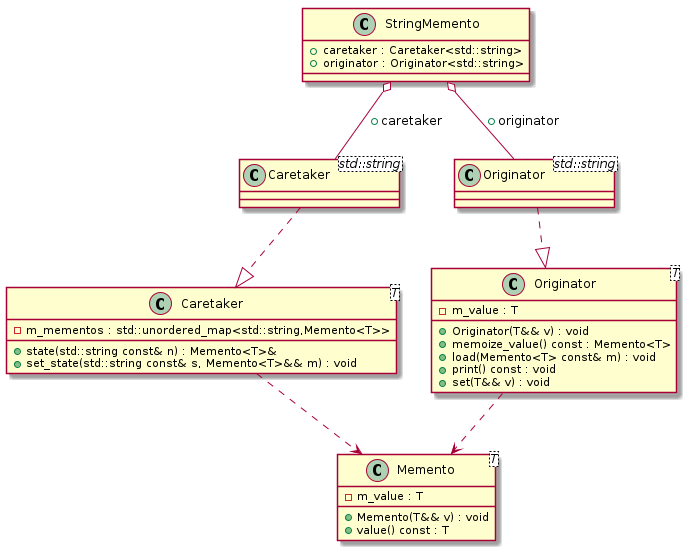
Earlier version of the PlantUML export docs/test_cases/t00026_class.png (bkryza/clang-uml).
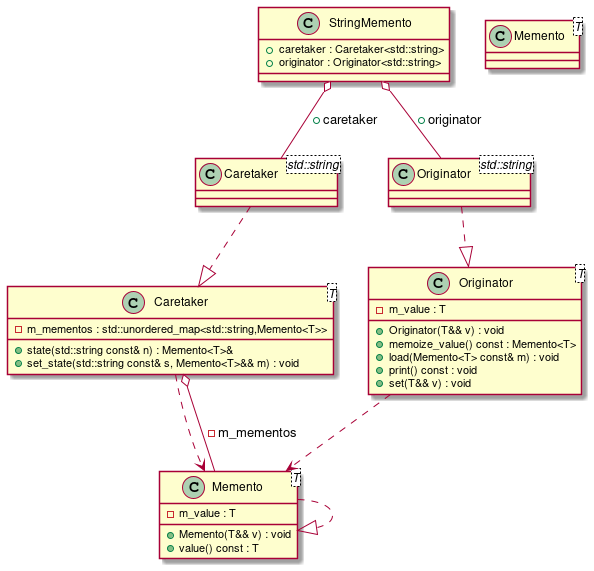
The same file after the commit.

The edit, as a diff of the source:
```diff
@@ -1,23 +1,29 @@
 @startuml
-class "Memento<T>" as C_0000000319
+class "Memento<T>" as C_0000000393
 
-class "Originator<T>" as C_0000000321
+class "Memento<T>" as C_0000000396
 
-class "Caretaker<T>" as C_0000000325
+class "Originator<T>" as C_0000000395
 
-class "Caretaker<std::string>" as C_0000000330
+class "Caretaker<T>" as C_0000000399
 
-class "Originator<std::string>" as C_0000000331
+class "Caretaker<std::string>" as C_0000000408
 
-class "StringMemento" as C_0000000329
+class "Originator<std::string>" as C_0000000409
 
-class C_0000000319 {
+class "StringMemento" as C_0000000407
+
+class C_0000000393 {
 +Memento(T&& v) : void
 +value() const : T
 -m_value : T
 }
 
-class C_0000000321 {
+class C_0000000396 {
+}
+C_0000000393 ..|> C_0000000393
+
+class C_0000000395 {
 +Originator(T&& v) : void
 +memoize_value() const : Memento<T>
 +load(Memento<T> const& m) : void
@@ -25,28 +31,29 @@
 +set(T&& v) : void
 -m_value : T
 }
-C_0000000321 ..> C_0000000319
+C_0000000395 ..> C_0000000393
 
-class C_0000000325 {
+class C_0000000399 {
 +state(std::string const& n) : Memento<T>&
 +set_state(std::string const& s, Memento<T>&& m) : void
 -m_mementos : std::unordered_map<std::string,Memento<T>>
 }
-C_0000000325 ..> C_0000000319
+C_0000000399 ..> C_0000000393
+C_0000000399 o-- C_0000000393 : -m_mementos
 
-class C_0000000330 {
+class C_0000000408 {
 }
-C_0000000330 ..|> C_0000000325
+C_0000000408 ..|> C_0000000399
 
-class C_0000000331 {
+class C_0000000409 {
 }
-C_0000000331 ..|> C_0000000321
+C_0000000409 ..|> C_0000000395
 
-class C_0000000329 {
+class C_0000000407 {
 +caretaker : Caretaker<std::string>
 +originator : Originator<std::string>
 }
-C_0000000329 o-- C_0000000330 : +caretaker
-C_0000000329 o-- C_0000000331 : +originator
+C_0000000407 o-- C_0000000408 : +caretaker
+C_0000000407 o-- C_0000000409 : +originator
 
 @enduml
```
